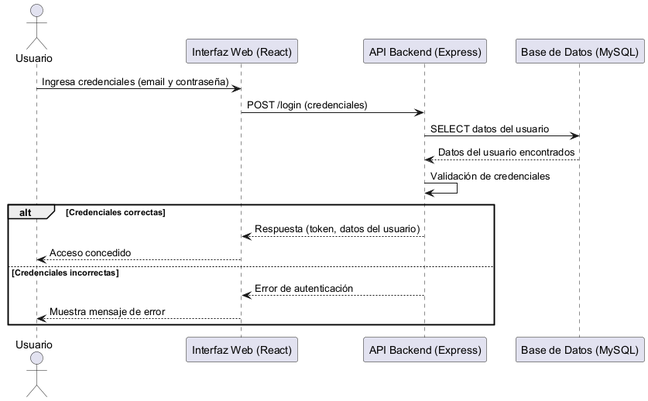
wilmereleon/PlenaStudio keeps this PlantUML diagram as Diagramas/PNG/AutenticacionUsuario.png. Above is the earlier version.
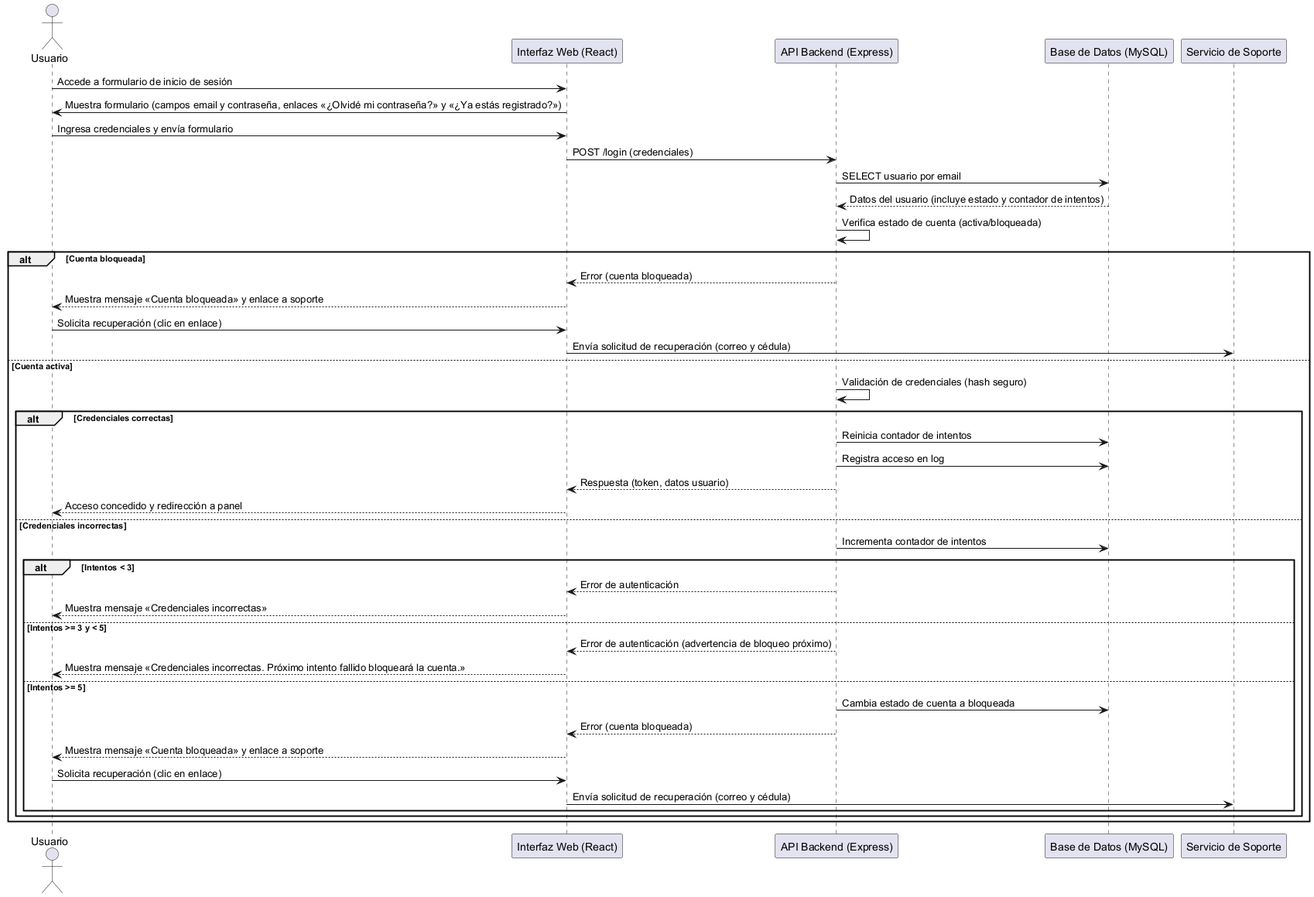
The same file after the commit.

Change to the diagram source:
```diff
@@ -3,17 +3,42 @@
 participant "Interfaz Web (React)" as FE
 participant "API Backend (Express)" as BE
 participant "Base de Datos (MySQL)" as DB
+participant "Servicio de Soporte" as Soporte
 
-U -> FE: Ingresa credenciales (email y contraseña)
+U -> FE: Accede a formulario de inicio de sesión
+FE -> U: Muestra formulario (campos email y contraseña, enlaces «¿Olvidé mi contraseña?» y «¿Ya estás registrado?»)
+U -> FE: Ingresa credenciales y envía formulario
 FE -> BE: POST /login (credenciales)
-BE -> DB: SELECT datos del usuario
-DB --> BE: Datos del usuario encontrados
-BE -> BE: Validación de credenciales
-alt Credenciales correctas
-  BE --> FE: Respuesta (token, datos del usuario)
-  FE --> U: Acceso concedido
-else Credenciales incorrectas
-  BE --> FE: Error de autenticación
-  FE --> U: Muestra mensaje de error
+BE -> DB: SELECT usuario por email
+DB --> BE: Datos del usuario (incluye estado y contador de intentos)
+BE -> BE: Verifica estado de cuenta (activa/bloqueada)
+alt Cuenta bloqueada
+  BE --> FE: Error (cuenta bloqueada)
+  FE --> U: Muestra mensaje «Cuenta bloqueada» y enlace a soporte
+  U -> FE: Solicita recuperación (clic en enlace)
+  FE -> Soporte: Envía solicitud de recuperación (correo y cédula)
+else Cuenta activa
+  BE -> BE: Validación de credenciales (hash seguro)
+  alt Credenciales correctas
+    BE -> DB: Reinicia contador de intentos
+    BE -> DB: Registra acceso en log
+    BE --> FE: Respuesta (token, datos usuario)
+    FE --> U: Acceso concedido y redirección a panel
+  else Credenciales incorrectas
+    BE -> DB: Incrementa contador de intentos
+    alt Intentos < 3
+      BE --> FE: Error de autenticación
+      FE --> U: Muestra mensaje «Credenciales incorrectas»
+    else Intentos >= 3 y < 5
+      BE --> FE: Error de autenticación (advertencia de bloqueo próximo)
+      FE --> U: Muestra mensaje «Credenciales incorrectas. Próximo intento fallido bloqueará la cuenta.»
+    else Intentos >= 5
+      BE -> DB: Cambia estado de cuenta a bloqueada
+      BE --> FE: Error (cuenta bloqueada)
+      FE --> U: Muestra mensaje «Cuenta bloqueada» y enlace a soporte
+      U -> FE: Solicita recuperación (clic en enlace)
+      FE -> Soporte: Envía solicitud de recuperación (correo y cédula)
+    end
+  end
 end
 @enduml
```
